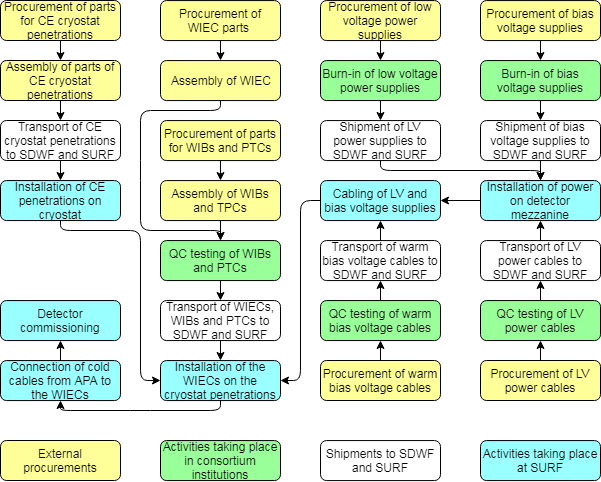
This is graphics/sp-tpcelec-partsflow2.png from DUNE/dune-tdr, a draw.io export, as it was before one commit. Source tidied: cells renumbered, new cells last; positions are measured from the earlier drawing's top-left corner, leaving out a move shared by most shapes.
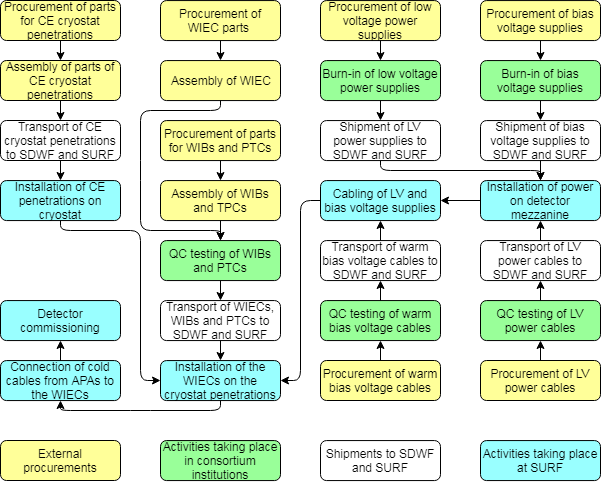
Later version of the same file.

The edit, as a diff of the source:
```diff
@@ -203,7 +203,7 @@
         </Array>
       </mxGeometry>
     </mxCell>
-    <mxCell id="56" value="Connection of cold cables from APA to the WIECs" style="rounded=1;whiteSpace=wrap;html=1;fillColor=#99FFFF;" parent="1" vertex="1">
+    <mxCell id="56" value="Connection of cold cables from APAs to the WIECs" style="rounded=1;whiteSpace=wrap;html=1;fillColor=#99FFFF;" parent="1" vertex="1">
       <mxGeometry y="360.1" width="120" height="40" as="geometry" />
     </mxCell>
     <mxCell id="57" style="endArrow=classic;html=1;exitX=0.5;exitY=1;exitDx=0;exitDy=0;entryX=0.5;entryY=1;entryDx=0;entryDy=0;" parent="1" edge="1" source="32" target="56">
```
